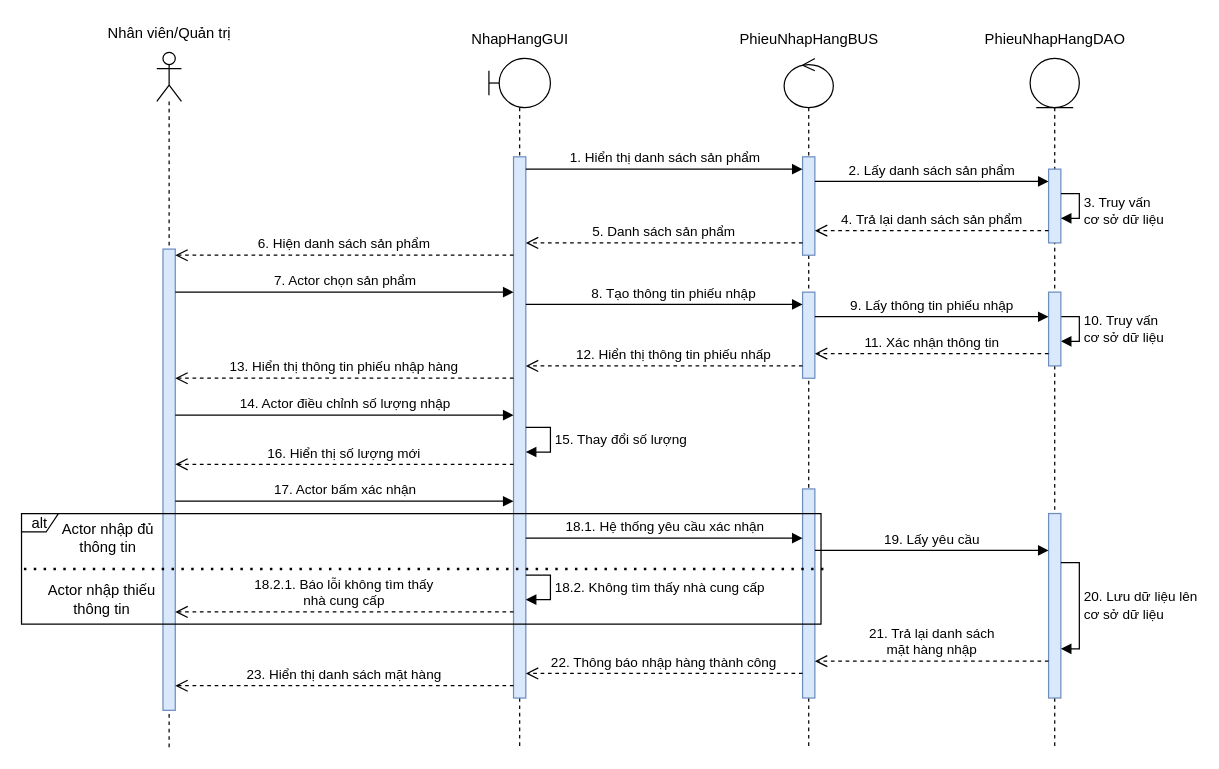
This is Sequence Diagrams/Quang Võ/SD_NhậpHàng.drawio from EdgarIgnite16/OOAD-Project, a draw.io file, before an edit. Source tidied: cells renumbered, new cells numbered last; positions are measured from the earlier drawing's top-left corner, leaving out a move shared by most shapes. Both pictures are drawn from the tidied source at 123%, with x=0, y=0 at pixel (21, 21).
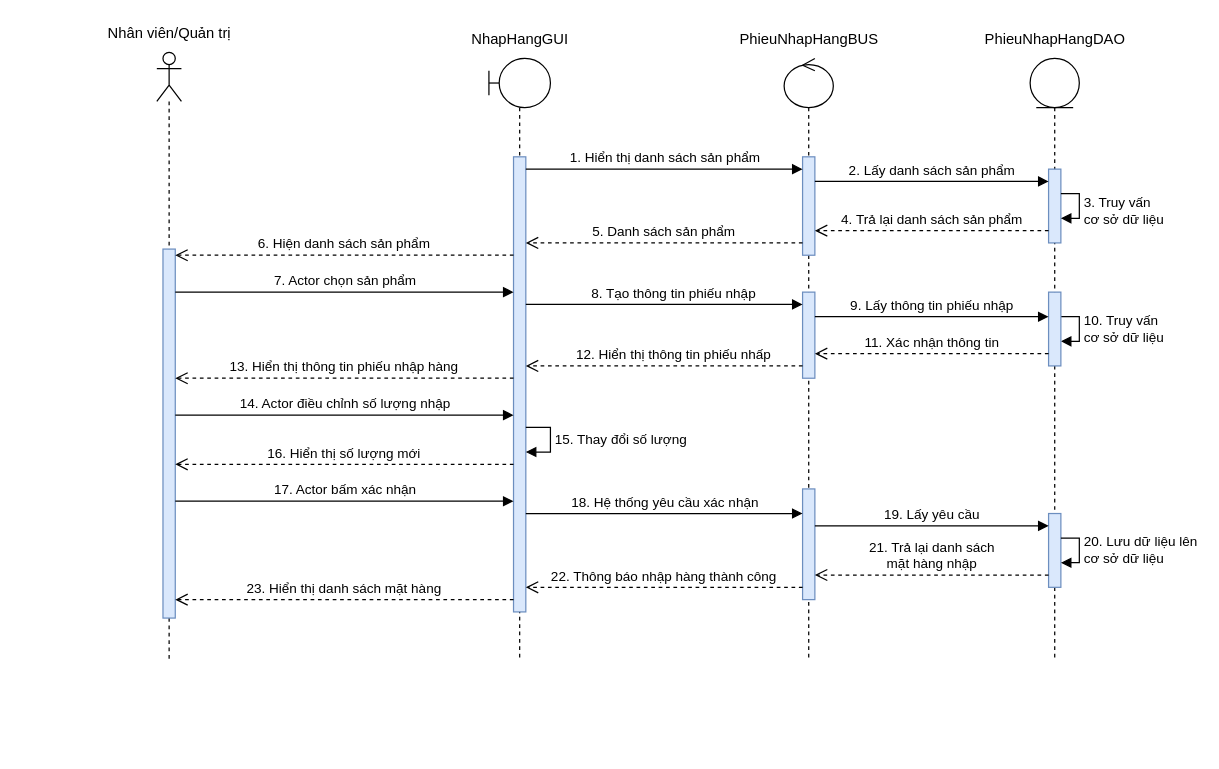
Above is the later version.

The edit, as a diff of the source:
```diff
@@
     <mxCell id="2" style="shape=umlLifeline;participant=umlActor;perimeter=lifelinePerimeter;whiteSpace=wrap;html=1;verticalAlign=top;spacingTop=36;" parent="1" vertex="1">
-      <mxGeometry x="110" y="25" width="20" height="565" as="geometry" />
+      <mxGeometry x="110" y="25" width="20" height="495" as="geometry" />
     </mxCell>
     <mxCell id="3" style="html=1;points=[];perimeter=orthogonalPerimeter;fillColor=#dae8fc;strokeColor=#6c8ebf;" parent="2" vertex="1">
-      <mxGeometry x="5" y="160" width="10" height="375" as="geometry" />
+      <mxGeometry x="5" y="160" width="10" height="300" as="geometry" />
     </mxCell>
@@
     <mxCell id="5" style="shape=umlLifeline;participant=umlBoundary;perimeter=lifelinePerimeter;whiteSpace=wrap;html=1;verticalAlign=top;spacingTop=36;" parent="1" vertex="1">
-      <mxGeometry x="380" y="30" width="50" height="560" as="geometry" />
+      <mxGeometry x="380" y="30" width="50" height="490" as="geometry" />
     </mxCell>
     <mxCell id="6" style="html=1;points=[];perimeter=orthogonalPerimeter;fillColor=#dae8fc;strokeColor=#6c8ebf;" parent="5" vertex="1">
-      <mxGeometry x="20" y="80" width="10" height="440" as="geometry" />
+      <mxGeometry x="20" y="80" width="10" height="370" as="geometry" />
     </mxCell>
-    <mxCell id="7" value="18.2. Không tìm thấy nhà cung cấp" style="edgeStyle=orthogonalEdgeStyle;html=1;align=left;spacingLeft=2;endArrow=block;rounded=0;" parent="5" edge="1" source="6" target="6">
-      <mxGeometry relative="1" as="geometry">
-        <Array as="points">
-          <mxPoint x="50" y="420" />
-          <mxPoint x="50" y="440" />
-        </Array>
-      </mxGeometry>
-    </mxCell>
@@
     <mxCell id="9" style="shape=umlLifeline;participant=umlControl;perimeter=lifelinePerimeter;whiteSpace=wrap;html=1;verticalAlign=top;spacingTop=36;" parent="1" vertex="1">
-      <mxGeometry x="620" y="30" width="40" height="560" as="geometry" />
+      <mxGeometry x="620" y="30" width="40" height="490" as="geometry" />
     </mxCell>
@@
     <mxCell id="11" style="html=1;points=[];perimeter=orthogonalPerimeter;fillColor=#dae8fc;strokeColor=#6c8ebf;" parent="9" vertex="1">
-      <mxGeometry x="15" y="350" width="10" height="170" as="geometry" />
+      <mxGeometry x="15" y="350" width="10" height="90" as="geometry" />
     </mxCell>
@@
     <mxCell id="15" style="shape=umlLifeline;participant=umlEntity;perimeter=lifelinePerimeter;whiteSpace=wrap;html=1;verticalAlign=top;spacingTop=36;" parent="1" vertex="1">
-      <mxGeometry x="820" y="30" width="40" height="560" as="geometry" />
+      <mxGeometry x="820" y="30" width="40" height="490" as="geometry" />
     </mxCell>
@@
     <mxCell id="20" style="html=1;points=[];perimeter=orthogonalPerimeter;fillColor=#dae8fc;strokeColor=#6c8ebf;" parent="15" vertex="1">
-      <mxGeometry x="15" y="370" width="10" height="150" as="geometry" />
+      <mxGeometry x="15" y="370" width="10" height="60" as="geometry" />
     </mxCell>
     <mxCell id="21" value="20. Lưu dữ liệu lên&lt;br&gt;cơ sở dữ liệu" style="edgeStyle=orthogonalEdgeStyle;html=1;align=left;spacingLeft=2;endArrow=block;rounded=0;" parent="15" edge="1" source="20" target="20">
       <mxGeometry relative="1" as="geometry">
         <Array as="points">
+          <mxPoint x="40" y="390" />
           <mxPoint x="40" y="410" />
-          <mxPoint x="40" y="480" />
         </Array>
       </mxGeometry>
     </mxCell>
@@
-    <mxCell id="31" value="18.1. Hệ thống yêu cầu xác nhận" style="html=1;verticalAlign=bottom;endArrow=block;rounded=0;" parent="1" edge="1" source="6" target="11">
+    <mxCell id="31" value="18. Hệ thống yêu cầu xác nhận" style="html=1;verticalAlign=bottom;endArrow=block;rounded=0;" parent="1" edge="1" source="6" target="11">
       <mxGeometry relative="1" as="geometry">
         <Array as="points">
-          <mxPoint x="510" y="420" />
+          <mxPoint x="520" y="400" />
         </Array>
       </mxGeometry>
     </mxCell>
     <mxCell id="32" value="19. Lấy yêu cầu" style="html=1;verticalAlign=bottom;endArrow=block;rounded=0;" parent="1" edge="1" source="11" target="20">
       <mxGeometry relative="1" as="geometry">
         <Array as="points">
-          <mxPoint x="740" y="430" />
+          <mxPoint x="740" y="410" />
         </Array>
       </mxGeometry>
     </mxCell>
     <mxCell id="33" value="21. Trả lại danh sách&lt;br&gt;mặt hàng nhập" style="html=1;verticalAlign=bottom;endArrow=open;dashed=1;endSize=8;rounded=0;" parent="1" edge="1" source="20" target="11">
       <mxGeometry relative="1" as="geometry">
         <Array as="points">
-          <mxPoint x="740" y="520" />
+          <mxPoint x="760" y="450" />
         </Array>
       </mxGeometry>
     </mxCell>
-    <mxCell id="34" value="18.2.1. Báo lỗi không tìm thấy&lt;br&gt;nhà cung cấp" style="html=1;verticalAlign=bottom;endArrow=open;dashed=1;endSize=8;rounded=0;" parent="1" edge="1" source="6" target="3">
-      <mxGeometry relative="1" as="geometry">
-        <Array as="points">
-          <mxPoint x="310" y="480" />
-        </Array>
-      </mxGeometry>
-    </mxCell>
     <mxCell id="35" value="22. Thông báo nhập hàng thành công" style="html=1;verticalAlign=bottom;endArrow=open;dashed=1;endSize=8;rounded=0;" parent="1" edge="1" source="11" target="6">
       <mxGeometry relative="1" as="geometry">
         <Array as="points">
-          <mxPoint x="510" y="530" />
+          <mxPoint x="530" y="460" />
         </Array>
       </mxGeometry>
     </mxCell>
     <mxCell id="36" value="23. Hiển thị danh sách mặt hàng" style="html=1;verticalAlign=bottom;endArrow=open;dashed=1;endSize=8;rounded=0;" parent="1" edge="1" source="6" target="3">
       <mxGeometry relative="1" as="geometry">
         <Array as="points">
-          <mxPoint x="360" y="540" />
-          <mxPoint x="320" y="540" />
+          <mxPoint x="380" y="470" />
+          <mxPoint x="340" y="470" />
         </Array>
       </mxGeometry>
     </mxCell>
@@
-    <mxCell id="43" value="alt" style="shape=umlFrame;whiteSpace=wrap;html=1;width=30;height=15;" parent="1" vertex="1">
-      <mxGeometry y="400" width="650" height="90" as="geometry" />
-    </mxCell>
-    <mxCell id="44" style="endArrow=none;dashed=1;html=1;dashPattern=1 3;strokeWidth=2;rounded=0;exitX=0.003;exitY=0.502;exitDx=0;exitDy=0;exitPerimeter=0;entryX=1.004;entryY=0.502;entryDx=0;entryDy=0;entryPerimeter=0;" parent="1" edge="1" source="43" target="43">
-      <mxGeometry relative="1" as="geometry" />
-    </mxCell>
-    <mxCell id="45" value="Actor nhập đủ&lt;br&gt;thông tin" style="text;html=1;align=center;verticalAlign=middle;strokeColor=none;fillColor=none;" parent="1" vertex="1">
-      <mxGeometry x="20" y="400" width="100" height="40" as="geometry" />
-    </mxCell>
-    <mxCell id="46" value="Actor nhập thiếu&lt;br&gt;thông tin" style="text;html=1;align=center;verticalAlign=middle;strokeColor=none;fillColor=none;" parent="1" vertex="1">
-      <mxGeometry x="10" y="450" width="110" height="40" as="geometry" />
-    </mxCell>
```
